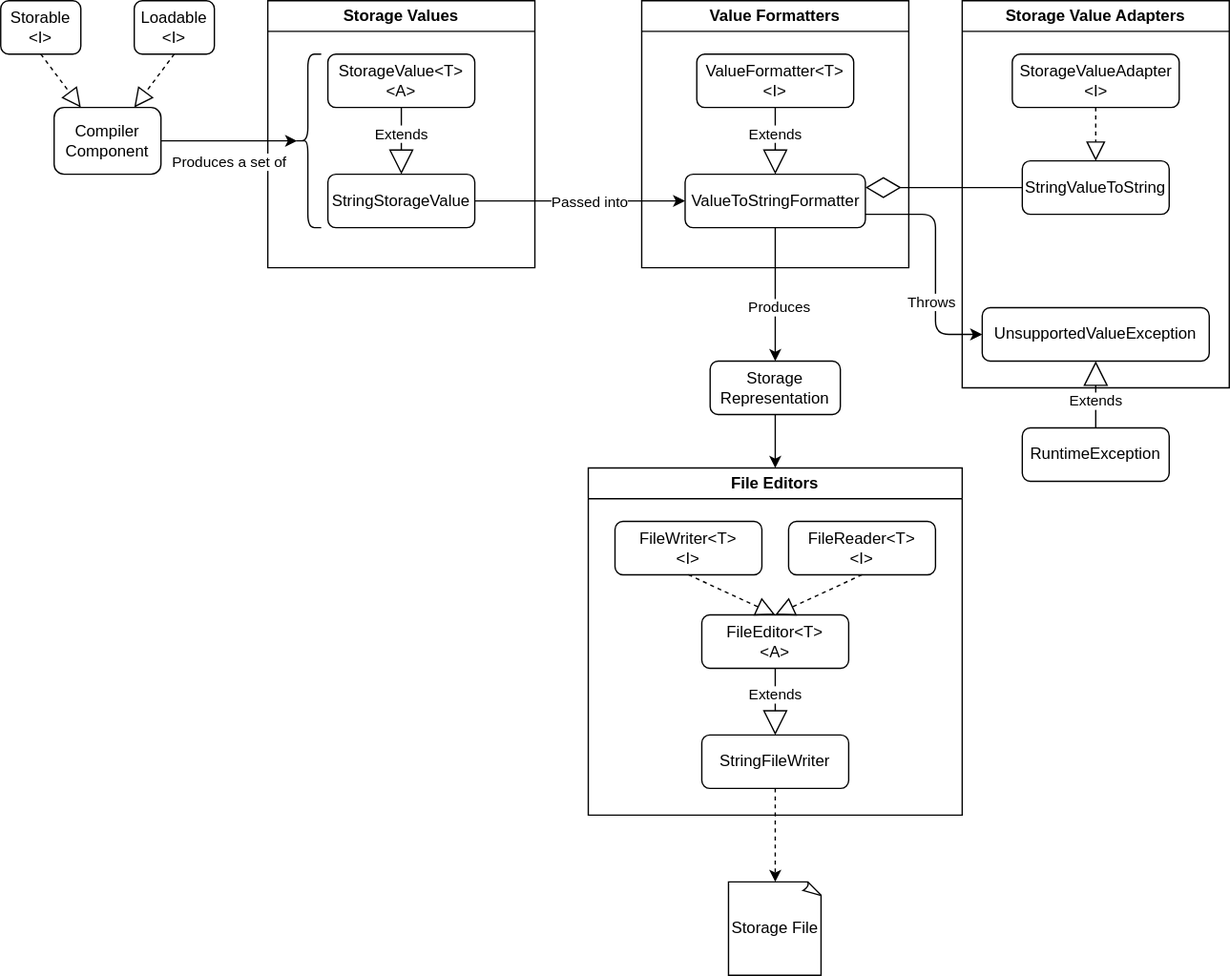
warburec/GenCompilation keeps this draw.io diagram as docs/diagrams/Storage.drawio.svg. Above is the earlier version. Source tidied: cells renumbered, new cells last; positions are measured from the earlier drawing's top-left corner, leaving out a move shared by most shapes.
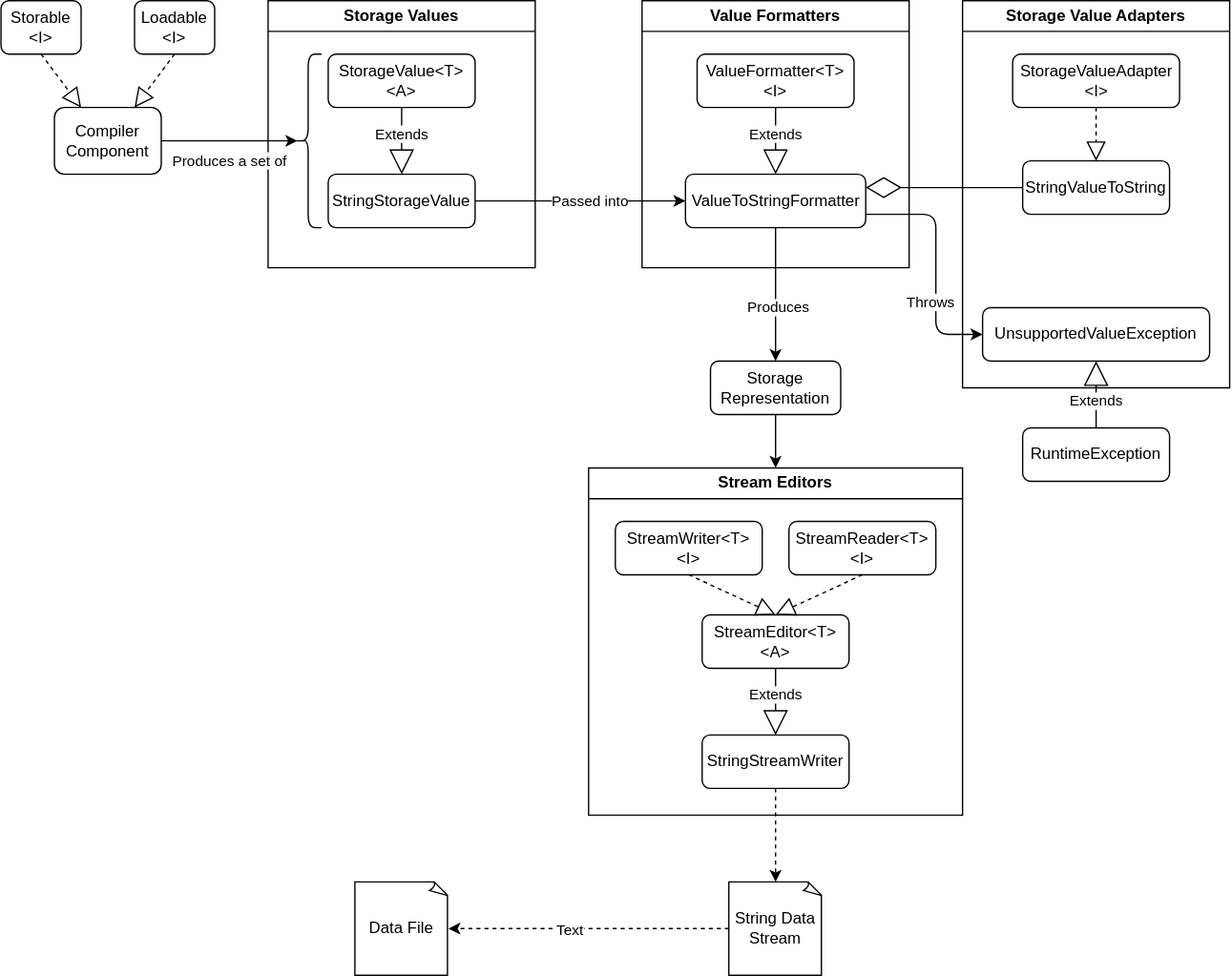
After the change.

Change to the diagram source:
```diff
@@ -95,7 +95,7 @@
         <mxPoint y="13" as="offset" />
       </mxGeometry>
     </mxCell>
-    <mxCell id="28" value="Storage File" style="whiteSpace=wrap;html=1;shape=mxgraph.basic.document;" parent="1" vertex="1">
+    <mxCell id="28" value="String Data Stream" style="whiteSpace=wrap;html=1;shape=mxgraph.basic.document;" parent="1" vertex="1">
       <mxGeometry x="545" y="660" width="70" height="70" as="geometry" />
     </mxCell>
     <mxCell id="29" style="edgeStyle=orthogonalEdgeStyle;html=1;exitX=0.5;exitY=1;exitDx=0;exitDy=0;entryX=0.5;entryY=0;entryDx=0;entryDy=0;" parent="1" edge="1" source="10" target="32">
@@ -110,19 +110,19 @@
     <mxCell id="32" value="Storage Representation" style="rounded=1;whiteSpace=wrap;html=1;" parent="1" vertex="1">
       <mxGeometry x="531.2" y="270" width="97.5" height="40" as="geometry" />
     </mxCell>
-    <mxCell id="33" value="File Editors" style="swimlane;whiteSpace=wrap;html=1;" parent="1" vertex="1">
+    <mxCell id="33" value="Stream Editors" style="swimlane;whiteSpace=wrap;html=1;" parent="1" vertex="1">
       <mxGeometry x="440" y="350" width="280" height="260" as="geometry" />
     </mxCell>
-    <mxCell id="34" value="FileWriter&amp;lt;T&amp;gt;&lt;br&gt;&amp;lt;I&amp;gt;" style="rounded=1;whiteSpace=wrap;html=1;" parent="33" vertex="1">
+    <mxCell id="34" value="StreamWriter&amp;lt;T&amp;gt;&lt;br&gt;&amp;lt;I&amp;gt;" style="rounded=1;whiteSpace=wrap;html=1;" parent="33" vertex="1">
       <mxGeometry x="20" y="40" width="110" height="40" as="geometry" />
     </mxCell>
-    <mxCell id="35" value="StringFileWriter" style="rounded=1;whiteSpace=wrap;html=1;" parent="33" vertex="1">
+    <mxCell id="35" value="StringStreamWriter" style="rounded=1;whiteSpace=wrap;html=1;" parent="33" vertex="1">
       <mxGeometry x="85" y="200" width="110" height="40" as="geometry" />
     </mxCell>
-    <mxCell id="36" value="FileReader&amp;lt;T&amp;gt;&lt;br&gt;&amp;lt;I&amp;gt;" style="rounded=1;whiteSpace=wrap;html=1;" parent="33" vertex="1">
+    <mxCell id="36" value="StreamReader&amp;lt;T&amp;gt;&lt;br&gt;&amp;lt;I&amp;gt;" style="rounded=1;whiteSpace=wrap;html=1;" parent="33" vertex="1">
       <mxGeometry x="150" y="40" width="110" height="40" as="geometry" />
     </mxCell>
-    <mxCell id="37" value="FileEditor&amp;lt;T&amp;gt;&lt;br&gt;&amp;lt;A&amp;gt;" style="rounded=1;whiteSpace=wrap;html=1;" parent="33" vertex="1">
+    <mxCell id="37" value="StreamEditor&amp;lt;T&amp;gt;&lt;br&gt;&amp;lt;A&amp;gt;" style="rounded=1;whiteSpace=wrap;html=1;" parent="33" vertex="1">
       <mxGeometry x="85" y="110" width="110" height="40" as="geometry" />
     </mxCell>
     <mxCell id="38" value="Extends" style="endArrow=block;endSize=16;endFill=0;html=1;exitX=0.5;exitY=1;exitDx=0;exitDy=0;" parent="33" edge="1" source="37" target="35">
@@ -143,5 +143,14 @@
     <mxCell id="43" style="endArrow=block;dashed=1;endFill=0;endSize=12;html=1;exitX=0.5;exitY=1;exitDx=0;exitDy=0;entryX=0.75;entryY=0;entryDx=0;entryDy=0;" parent="1" edge="1" source="12" target="15">
       <mxGeometry relative="1" as="geometry" />
     </mxCell>
+    <mxCell id="44" style="html=1;labelBackgroundColor=#ffffff;startArrow=none;startFill=0;startSize=6;endArrow=classic;endFill=1;endSize=6;jettySize=auto;strokeWidth=1;dashed=1;fontSize=14;exitX=0;exitY=0.5;exitDx=0;exitDy=0;exitPerimeter=0;entryX=1;entryY=0.5;entryDx=0;entryDy=0;entryPerimeter=0;" parent="1" edge="1" source="28" target="46">
+      <mxGeometry relative="1" as="geometry" />
+    </mxCell>
+    <mxCell id="45" value="Text" style="edgeLabel;html=1;align=center;verticalAlign=middle;" parent="44" vertex="1">
+      <mxGeometry x="0.14" y="1" relative="1" as="geometry" />
+    </mxCell>
+    <mxCell id="46" value="Data File" style="whiteSpace=wrap;html=1;shape=mxgraph.basic.document;" parent="1" vertex="1">
+      <mxGeometry x="265" y="660" width="70" height="70" as="geometry" />
+    </mxCell>
   </root>
 </mxGraphModel>
```
